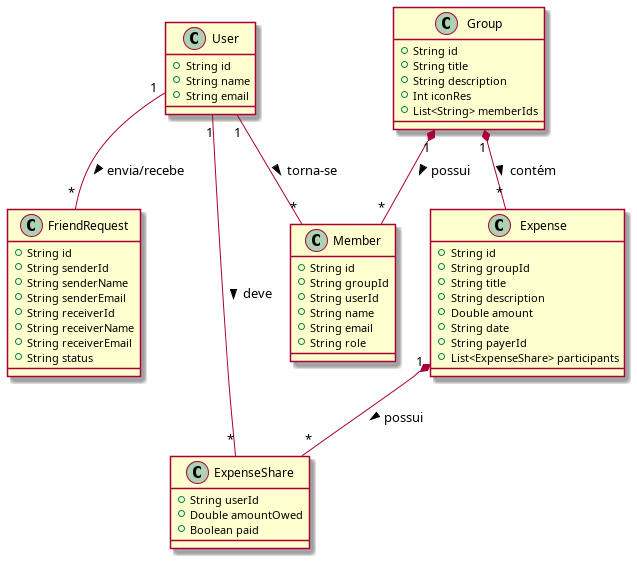
The PlantUML diagram out/teste/teste.png in DavidMarquesss/Divideai, before a commit. Its diagram source:
```plantuml
@startuml
class User {
    + String id
    + String name
    + String email
}

class Group {
    + String id
    + String title
    + String description
    + Int iconRes
    + List<String> memberIds
}

class Member {
    + String id
    + String groupId
    + String userId
    + String name
    + String email
    + String role
}

class Expense {
    + String id
    + String groupId
    + String title
    + String description
    + Double amount
    + String date
    + String payerId
    + List<ExpenseShare> participants
}

class ExpenseShare {
    + String userId
    + Double amountOwed
    + Boolean paid
}

class FriendRequest {
    + String id
    + String senderId
    + String senderName
    + String senderEmail
    + String receiverId
    + String receiverName
    + String receiverEmail
    + String status
}

User "1" -- "*" Member : torna-se >
Group "1" *-- "*" Member : possui >
Group "1" *-- "*" Expense : contém >
Expense "1" *-- "*" ExpenseShare : possui >
User "1" -- "*" ExpenseShare : deve >
User "1" -- "*" FriendRequest : envia/recebe >

@enduml
```
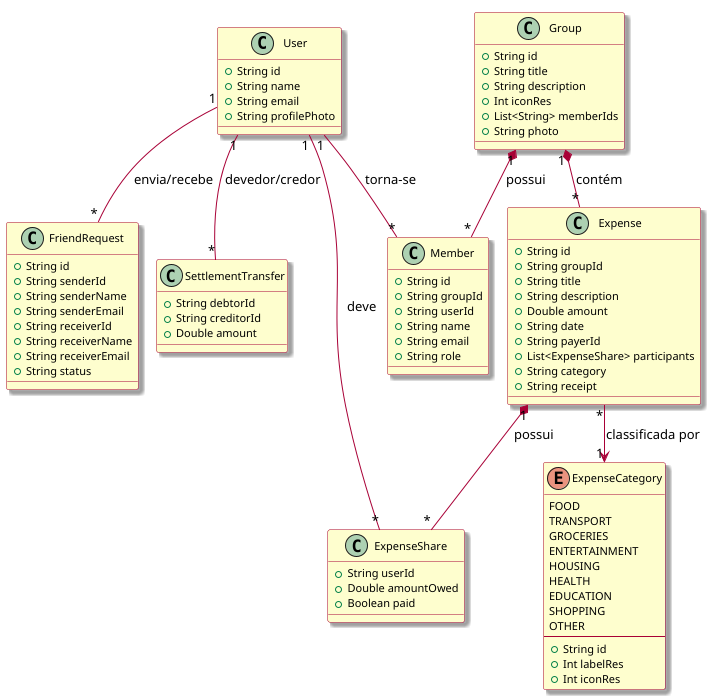
The same file after the commit.

The edit, as a diff of the source:
```diff
@@ -1,8 +1,27 @@
 @startuml
+!pragma layout smetana
+
+skinparam backgroundColor transparent
+skinparam shadowing true
+skinparam classFontSize 12
+skinparam classAttributeFontSize 11
+skinparam class {
+    BackgroundColor #FEFECE
+    BorderColor #A80036
+    ArrowColor #A80036
+    AttributeIconColor #038048
+    StereotypeFontColor #A80036
+}
+skinparam enum {
+    BackgroundColor #FEFECE
+    BorderColor #A80036
+}
+
 class User {
     + String id
     + String name
     + String email
+    + String profilePhoto
 }
 
 class Group {
@@ -11,6 +30,7 @@
     + String description
     + Int iconRes
     + List<String> memberIds
+    + String photo
 }
 
 class Member {
@@ -31,6 +51,8 @@
     + String date
     + String payerId
     + List<ExpenseShare> participants
+    + String category
+    + String receipt
 }
 
 class ExpenseShare {
@@ -50,11 +72,35 @@
     + String status
 }
 
+enum ExpenseCategory {
+    FOOD
+    TRANSPORT
+    GROCERIES
+    ENTERTAINMENT
+    HOUSING
+    HEALTH
+    EDUCATION
+    SHOPPING
+    OTHER
+    --
+    + String id
+    + Int labelRes
+    + Int iconRes
+}
+
+class SettlementTransfer {
+    + String debtorId
+    + String creditorId
+    + Double amount
+}
+
 User "1" -- "*" Member : torna-se >
 Group "1" *-- "*" Member : possui >
 Group "1" *-- "*" Expense : contém >
 Expense "1" *-- "*" ExpenseShare : possui >
 User "1" -- "*" ExpenseShare : deve >
 User "1" -- "*" FriendRequest : envia/recebe >
+Expense "*" --> "1" ExpenseCategory : classificada por >
+User "1" -- "*" SettlementTransfer : devedor/credor >
 
 @enduml
```
